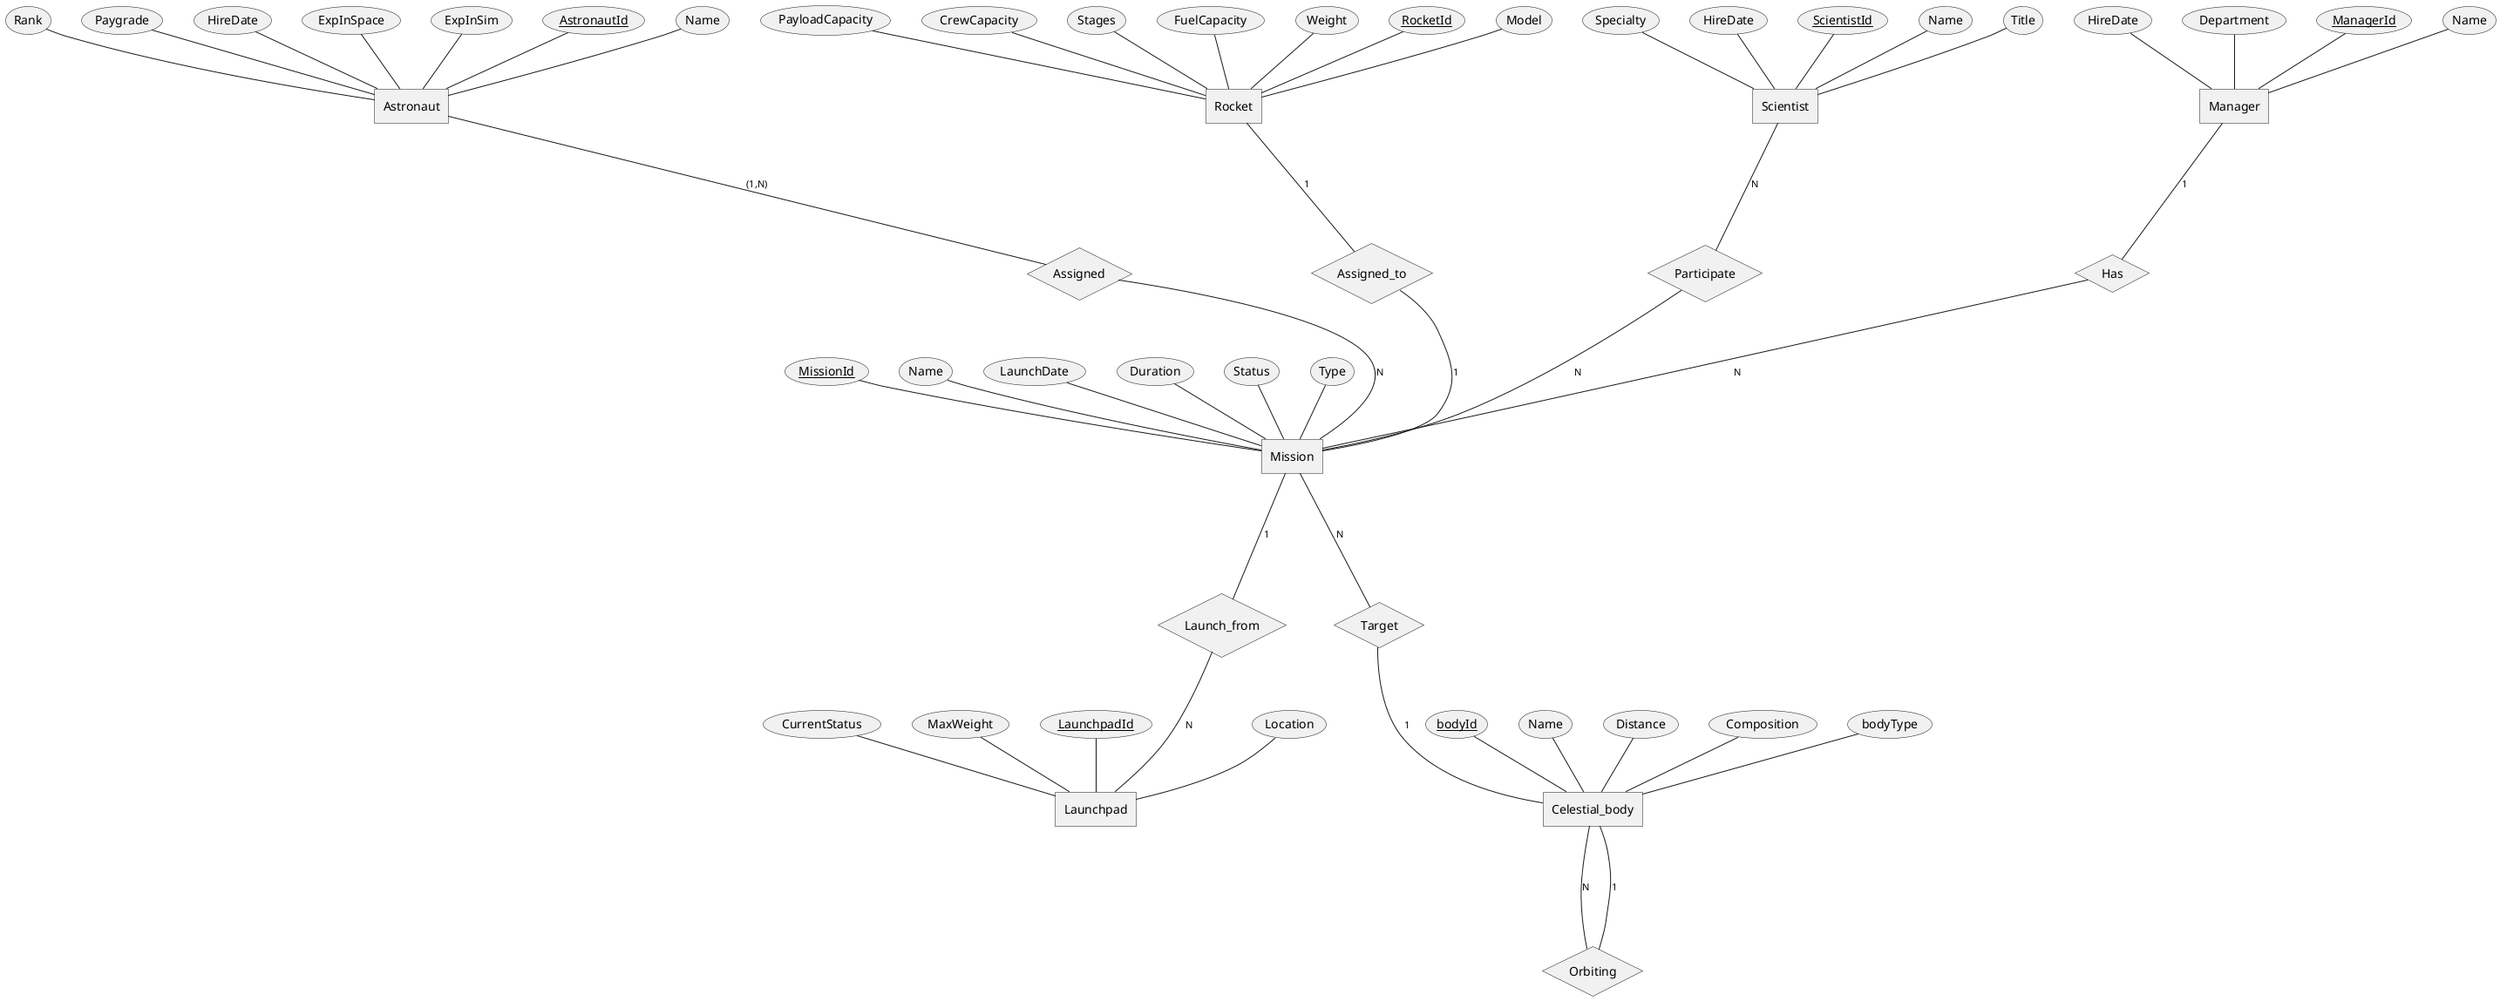
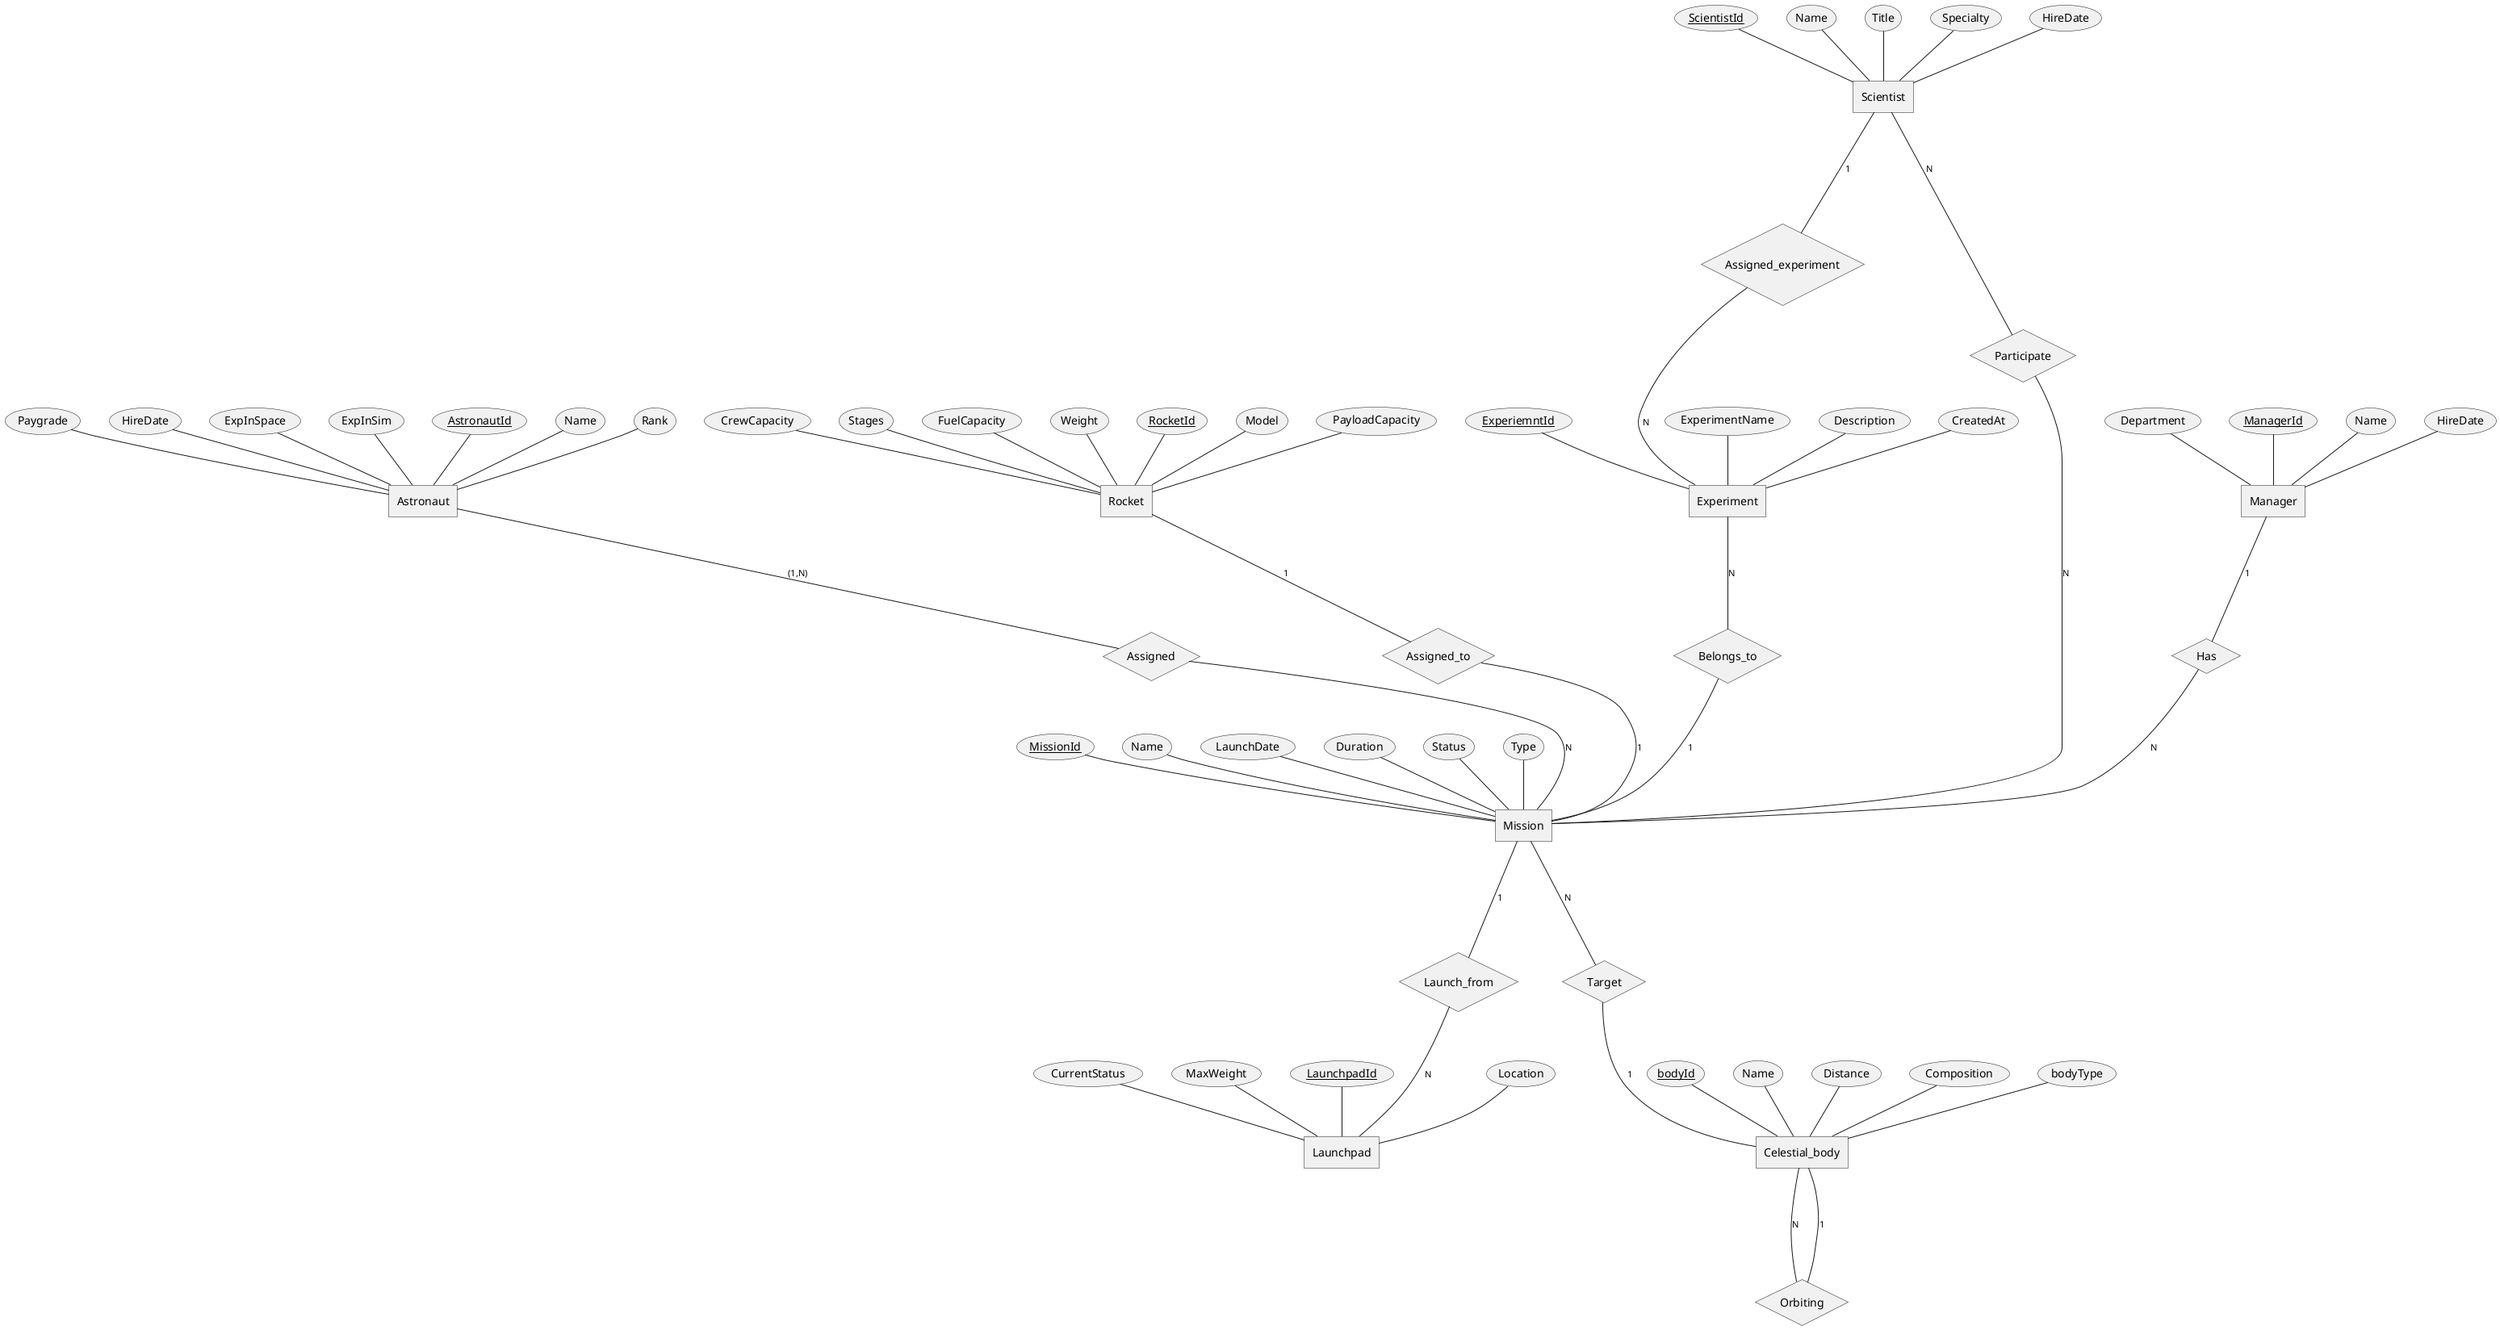
﻿@startchen
entity Manager {
    Department
    ManagerId <<key>>
    Name
    HireDate
}

entity Mission {
    MissionId <<key>>
    Name
    LaunchDate
    Duration
    Status
    Type
}

entity Launchpad{
    LaunchpadId <<key>>
    Location
    CurrentStatus
    MaxWeight
}

entity Astronaut{
    AstronautId <<key>>
    Name
    Rank
    Paygrade
    HireDate
    ExpInSpace
    ExpInSim
}

entity Scientist {
    ScientistId <<key>>
    Name
    Title
    Specialty
    HireDate
}

entity Rocket{
    RocketId <<key>>
    Model
    PayloadCapacity
    CrewCapacity
    Stages
    FuelCapacity
    Weight
}

entity Celestial_body{
    bodyId <<key>>
    Name
    Distance
    Composition
    bodyType
}

+ entity Experiment{
+     ExperiemntId <<key>>
+     ExperimentName
+     Description
+     CreatedAt
+ }
+ 

relationship Launch_from{
}
relationship Has{
}
relationship Assigned{
}
relationship Assigned_to{
}
relationship Participate{
}
relationship Target{
}
relationship Orbiting{
+ }
+ relationship Assigned_experiment{
+ }
+ relationship Belongs_to{
}



Mission -1- Launch_from
Launch_from -N- Launchpad

Manager -1- Has
Has -N- Mission

Astronaut -(1,N)- Assigned
Assigned -N- Mission

Scientist -N- Participate
Participate -N- Mission

Rocket -1- Assigned_to
Assigned_to -1- Mission

Mission -N- Target
Target -1- Celestial_body

Celestial_body -N- Orbiting
Orbiting -1- Celestial_body

+ Scientist -1- Assigned_experiment
+ Assigned_experiment -N- Experiment
+ 
+ Experiment -N- Belongs_to
+ Belongs_to -1- Mission







@endchen
